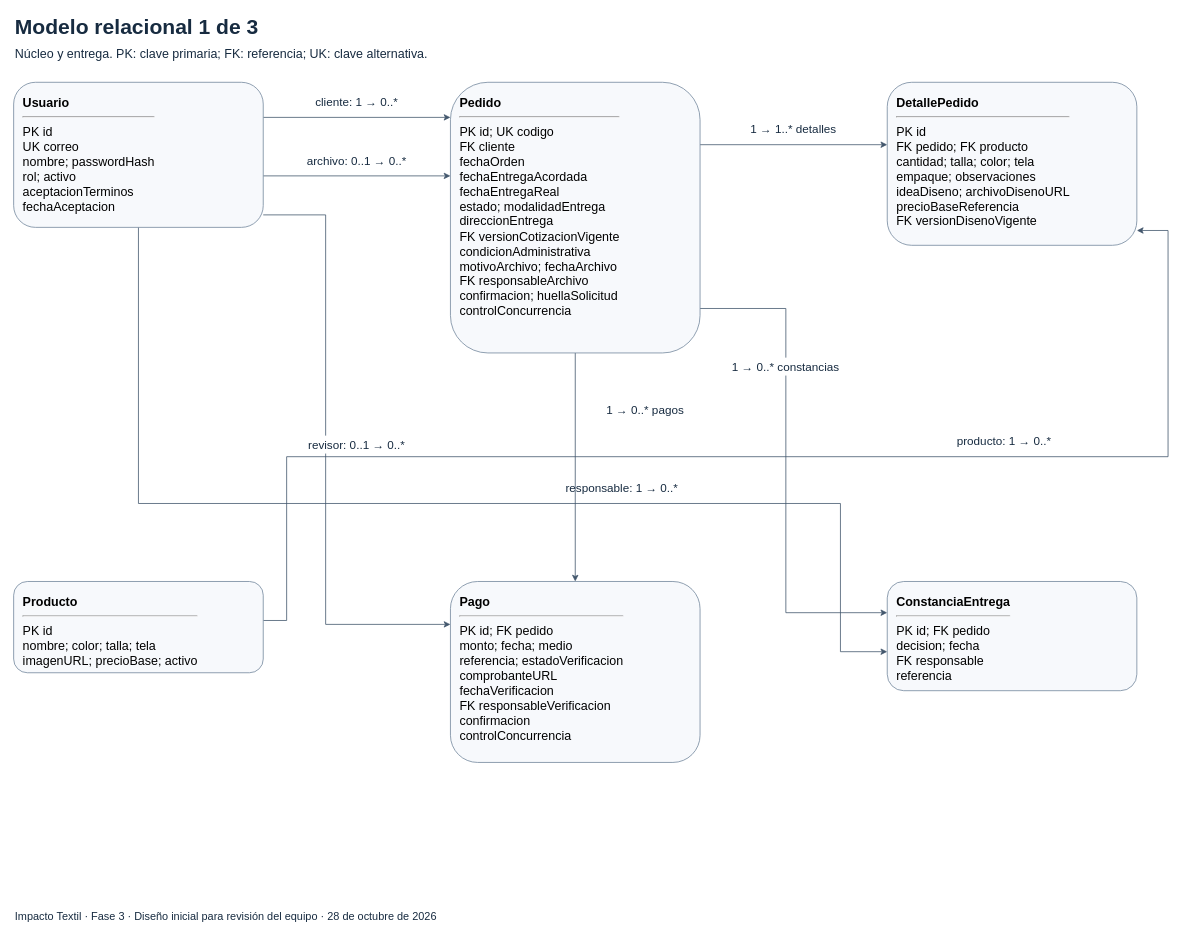
Above: page "Modelo relacional 1 de 3" (1 of 5) of docs/fase-3/diagramas/Impacto_Textil_Fase_3.drawio in yirardyalbertoquintero-sys/Proyecto_fase_1_ing_software (draw.io), before the change. Source tidied: cells renumbered, new cells numbered last; positions are measured from the earlier drawing's top-left corner, leaving out a move shared by most shapes. Both pictures are drawn from the tidied source at 78%, with x=0, y=0 at pixel (13, 13).
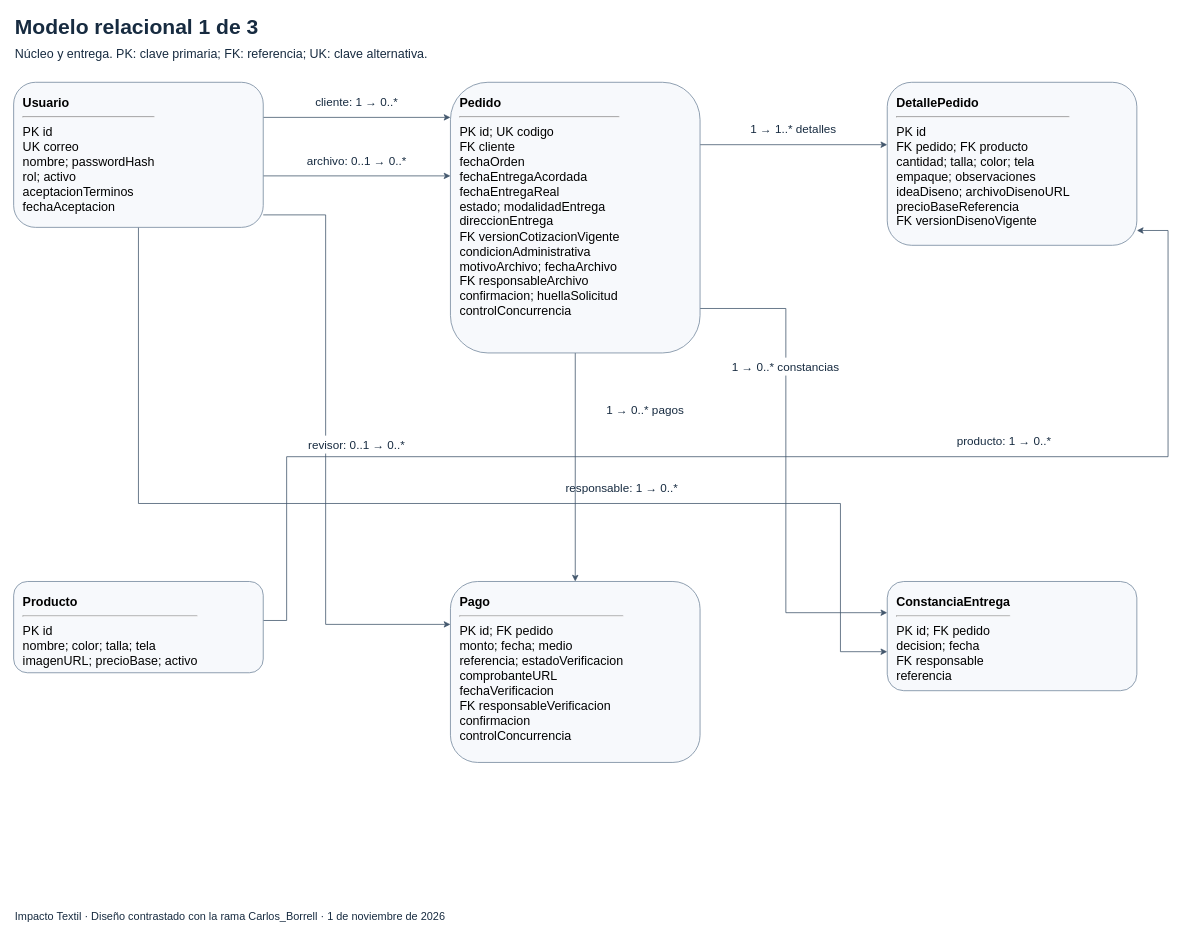
The same page after the edit.

What changed in the source:
```diff
@@
-    <mxCell id="4" value="Impacto Textil · Fase 3 · Diseño inicial para revisión del equipo · 28 de octubre de 2026" style="text;html=1;whiteSpace=wrap;align=left;verticalAlign=middle;fontSize=14;fontColor=#172B40;fontStyle=0;fillColor=#FFFFFF;strokeColor=none;" parent="1" vertex="1">
+    <mxCell id="4" value="Impacto Textil · Diseño contrastado con la rama Carlos_Borrell · 1 de noviembre de 2026" style="text;html=1;whiteSpace=wrap;align=left;verticalAlign=middle;fontSize=14;fontColor=#172B40;fontStyle=0;fillColor=#FFFFFF;strokeColor=none;" parent="1" vertex="1">
       <mxGeometry y="1144" width="1480" height="28" as="geometry" />
     </mxCell>
```
